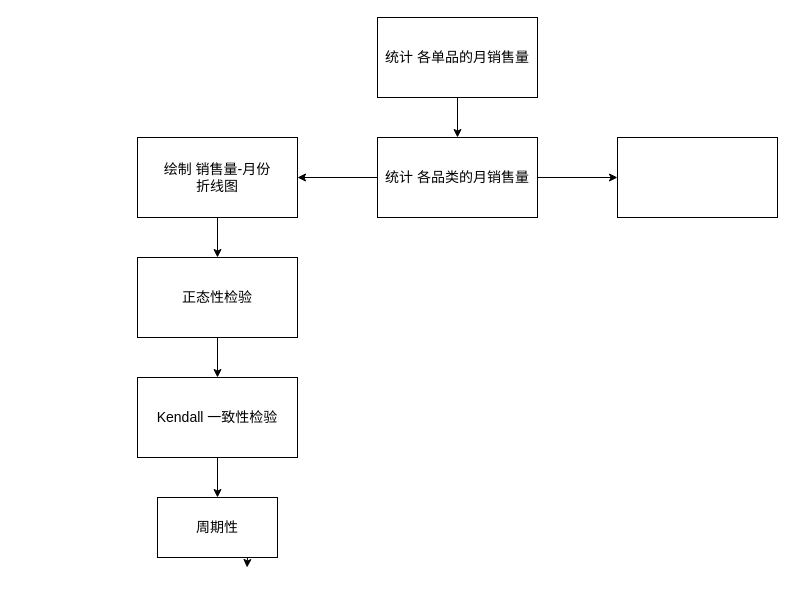
This is map/q1.drawio from msqtt/Sources, a draw.io file, before an edit. Source tidied: cells renumbered, new cells numbered last; positions are measured from the earlier drawing's top-left corner, leaving out a move shared by most shapes. Both pictures are drawn from the tidied source at 100%, with x=0, y=0 at pixel (137, 17).
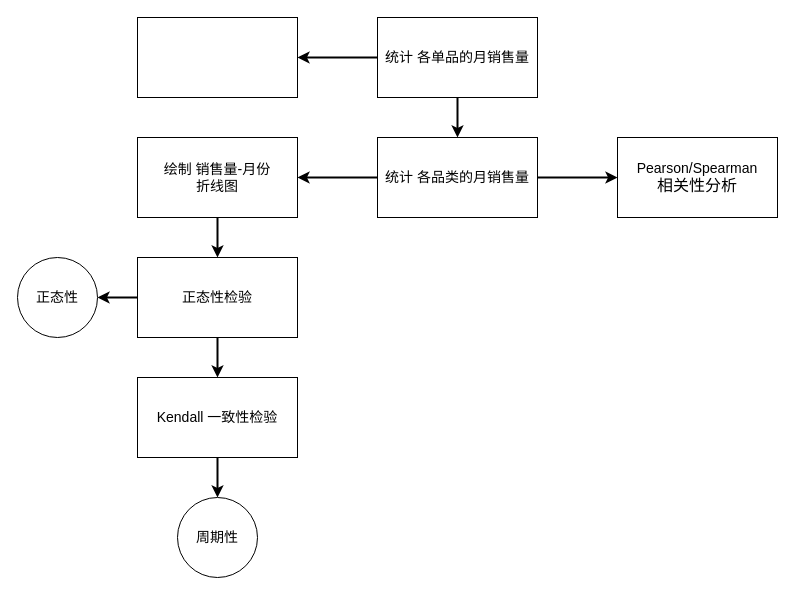
After the change.

The edit, as a diff of the source:
```diff
@@
 <mxGraphModel>
   <root>
     <mxCell id="0" />
     <mxCell id="1" parent="0" />
-    <mxCell id="2" style="edgeStyle=orthogonalEdgeStyle;rounded=0;jettySize=auto;html=1;entryX=0.5;entryY=0;entryDx=0;entryDy=0;" parent="1" edge="1" source="3" target="6">
+    <mxCell id="2" style="edgeStyle=orthogonalEdgeStyle;rounded=0;jettySize=auto;html=1;entryX=0.5;entryY=0;entryDx=0;entryDy=0;strokeWidth=2;" parent="1" edge="1" source="3" target="6">
       <mxGeometry relative="1" as="geometry" />
     </mxCell>
+    <mxCell id="16" style="edgeStyle=orthogonalEdgeStyle;rounded=0;jettySize=auto;html=1;entryX=1;entryY=0.5;entryDx=0;entryDy=0;strokeWidth=2;" parent="1" edge="1" source="3" target="18">
+      <mxGeometry relative="1" as="geometry" />
+    </mxCell>
     <mxCell id="3" value="统计 各单品的月销售量" style="rounded=0;whiteSpace=wrap;html=1;fontSize=14;" parent="1" vertex="1">
       <mxGeometry x="240" width="160" height="80" as="geometry" />
     </mxCell>
-    <mxCell id="4" style="edgeStyle=orthogonalEdgeStyle;rounded=0;jettySize=auto;html=1;entryX=1;entryY=0.5;entryDx=0;entryDy=0;" parent="1" edge="1" source="6" target="8">
+    <mxCell id="4" style="edgeStyle=orthogonalEdgeStyle;rounded=0;jettySize=auto;html=1;entryX=1;entryY=0.5;entryDx=0;entryDy=0;strokeWidth=2;" parent="1" edge="1" source="6" target="8">
       <mxGeometry relative="1" as="geometry" />
     </mxCell>
-    <mxCell id="5" style="edgeStyle=orthogonalEdgeStyle;rounded=0;jettySize=auto;html=1;entryX=0;entryY=0.5;entryDx=0;entryDy=0;" parent="1" edge="1" source="6" target="9">
+    <mxCell id="5" style="edgeStyle=orthogonalEdgeStyle;rounded=0;jettySize=auto;html=1;entryX=0;entryY=0.5;entryDx=0;entryDy=0;strokeWidth=2;" parent="1" edge="1" source="6" target="9">
       <mxGeometry relative="1" as="geometry" />
     </mxCell>
     <mxCell id="6" value="统计 各品类的月销售量" style="rounded=0;whiteSpace=wrap;html=1;fontSize=14;" parent="1" vertex="1">
       <mxGeometry x="240" y="120" width="160" height="80" as="geometry" />
     </mxCell>
-    <mxCell id="7" style="edgeStyle=orthogonalEdgeStyle;rounded=0;jettySize=auto;html=1;entryX=0.5;entryY=0;entryDx=0;entryDy=0;" parent="1" edge="1" source="8" target="11">
+    <mxCell id="7" style="edgeStyle=orthogonalEdgeStyle;rounded=0;jettySize=auto;html=1;entryX=0.5;entryY=0;entryDx=0;entryDy=0;strokeWidth=2;" parent="1" edge="1" source="8" target="11">
       <mxGeometry relative="1" as="geometry" />
     </mxCell>
     <mxCell id="8" value="&lt;div&gt;绘制 销售量-月份&lt;/div&gt;&lt;div&gt;折线图&lt;/div&gt;" style="rounded=0;whiteSpace=wrap;html=1;fontSize=14;" parent="1" vertex="1">
       <mxGeometry y="120" width="160" height="80" as="geometry" />
     </mxCell>
-    <mxCell id="9" style="rounded=0;whiteSpace=wrap;html=1;fontSize=14;" parent="1" vertex="1">
+    <mxCell id="9" value="&lt;div&gt;Pearson/Spearman&lt;/div&gt;&lt;div style=&quot;font-size: 16px;&quot;&gt;相关性分析&lt;br&gt;&lt;/div&gt;" style="rounded=0;whiteSpace=wrap;html=1;fontSize=14;" parent="1" vertex="1">
       <mxGeometry x="480" y="120" width="160" height="80" as="geometry" />
     </mxCell>
-    <mxCell id="10" style="edgeStyle=orthogonalEdgeStyle;rounded=0;jettySize=auto;html=1;entryX=0.5;entryY=0;entryDx=0;entryDy=0;" parent="1" edge="1" source="11" target="13">
+    <mxCell id="10" style="edgeStyle=orthogonalEdgeStyle;rounded=0;jettySize=auto;html=1;entryX=0.5;entryY=0;entryDx=0;entryDy=0;strokeWidth=2;" parent="1" edge="1" source="11" target="13">
       <mxGeometry relative="1" as="geometry" />
     </mxCell>
+    <mxCell id="17" style="edgeStyle=orthogonalEdgeStyle;rounded=0;jettySize=auto;html=1;entryX=1;entryY=0.5;entryDx=0;entryDy=0;strokeWidth=2;" parent="1" edge="1" source="11" target="19">
+      <mxGeometry relative="1" as="geometry" />
+    </mxCell>
     <mxCell id="11" value="正态性检验" style="rounded=0;whiteSpace=wrap;html=1;fontSize=14;" parent="1" vertex="1">
       <mxGeometry y="240" width="160" height="80" as="geometry" />
     </mxCell>
-    <mxCell id="12" style="edgeStyle=orthogonalEdgeStyle;rounded=0;jettySize=auto;html=1;entryX=0.5;entryY=0;entryDx=0;entryDy=0;" parent="1" edge="1" source="13" target="15">
+    <mxCell id="12" style="edgeStyle=orthogonalEdgeStyle;rounded=0;jettySize=auto;html=1;entryX=0.5;entryY=0;entryDx=0;entryDy=0;strokeWidth=2;" parent="1" edge="1" source="13" target="15">
       <mxGeometry relative="1" as="geometry" />
     </mxCell>
     <mxCell id="13" value="&lt;div&gt;Kendall 一致性检验&lt;/div&gt;" style="rounded=0;whiteSpace=wrap;html=1;fontSize=14;" parent="1" vertex="1">
       <mxGeometry y="360" width="160" height="80" as="geometry" />
     </mxCell>
-    <mxCell id="14" style="edgeStyle=orthogonalEdgeStyle;rounded=0;jettySize=auto;html=1;exitX=0.75;exitY=1;exitDx=0;exitDy=0;" parent="1" edge="1" source="15">
-      <mxGeometry relative="1" as="geometry">
-        <mxPoint x="109.6" y="550" as="targetPoint" />
-      </mxGeometry>
-    </mxCell>
+    <mxCell id="18" style="rounded=0;whiteSpace=wrap;html=1;" parent="1" vertex="1">
+      <mxGeometry width="160" height="80" as="geometry" />
+    </mxCell>
-    <mxCell id="15" value="周期性" style="rounded=0;whiteSpace=wrap;html=1;fontSize=14;" parent="1" vertex="1">
-      <mxGeometry x="20" y="480" width="120" height="60" as="geometry" />
+    <mxCell id="15" value="周期性" style="ellipse;whiteSpace=wrap;html=1;fontSize=14;" parent="1" vertex="1">
+      <mxGeometry x="40" y="480" width="80" height="80" as="geometry" />
     </mxCell>
+    <mxCell id="19" value="正态性" style="ellipse;whiteSpace=wrap;html=1;fontSize=14;" parent="1" vertex="1">
+      <mxGeometry x="-120" y="240" width="80" height="80" as="geometry" />
+    </mxCell>
   </root>
 </mxGraphModel>
```
